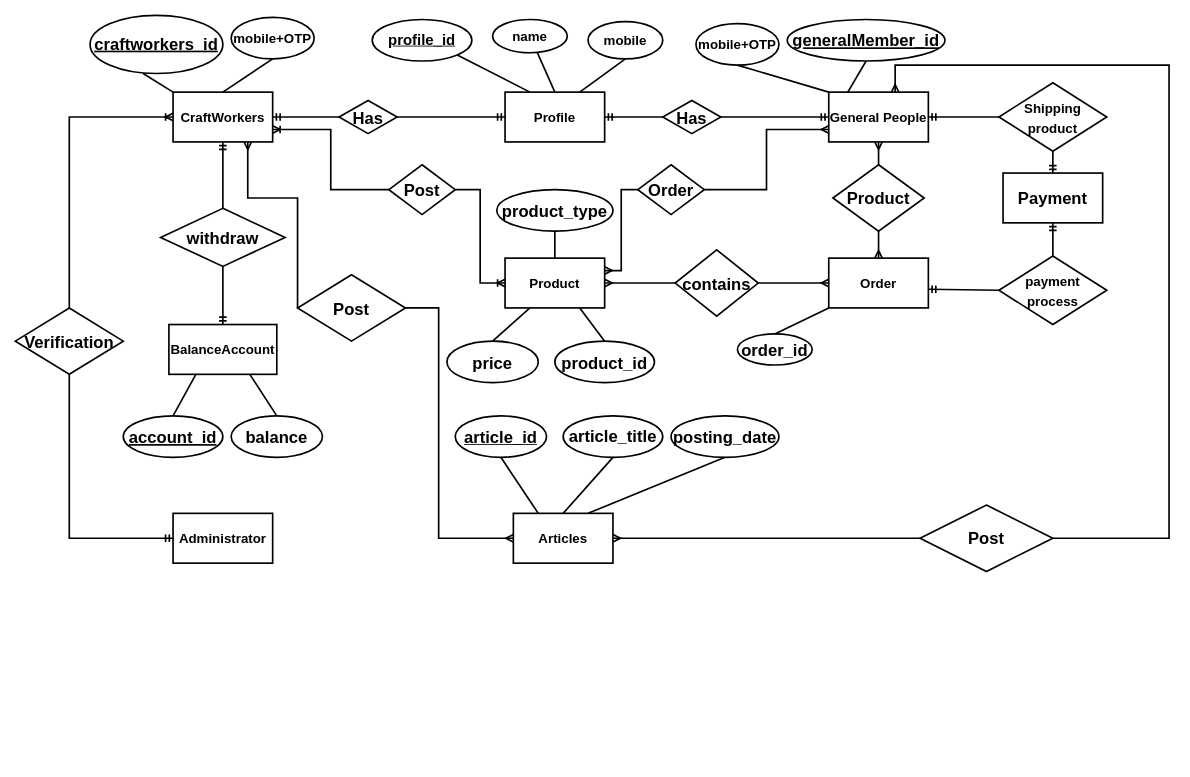
The draw.io diagram erd.drawio in Fatema-A-Ferdaus/se231, before the edit. Source tidied: cells renumbered, new cells numbered last; positions are measured from the earlier drawing's top-left corner, leaving out a move shared by most shapes. Both pictures are drawn from the tidied source at 83%, with x=0, y=0 at pixel (15, 15).
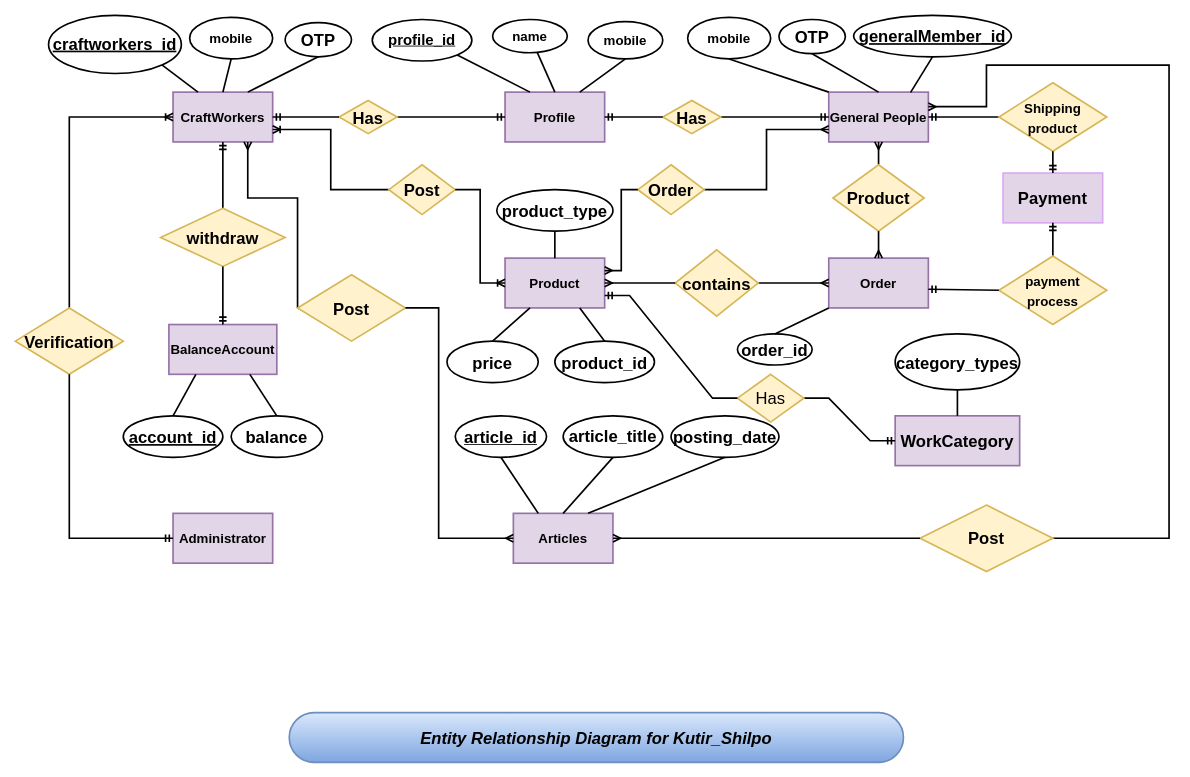
The same diagram, later.

What changed in the source:
```diff
@@
-    <mxCell id="2" value="&lt;b&gt;&lt;font style=&quot;font-size: 16px&quot;&gt;CraftWorkers&lt;/font&gt;&lt;/b&gt;" style="rounded=0;whiteSpace=wrap;html=1;strokeWidth=2;" parent="1" vertex="1">
+    <mxCell id="2" value="&lt;b&gt;&lt;font style=&quot;font-size: 16px&quot;&gt;CraftWorkers&lt;/font&gt;&lt;/b&gt;" style="rounded=0;whiteSpace=wrap;html=1;strokeWidth=2;fillColor=#e1d5e7;strokeColor=#9673a6;" parent="1" vertex="1">
       <mxGeometry x="190" y="92.5" width="120" height="60" as="geometry" />
     </mxCell>
-    <mxCell id="3" value="&lt;font style=&quot;font-size: 16px&quot;&gt;&lt;b&gt;&lt;font style=&quot;font-size: 16px&quot;&gt;Profile&lt;/font&gt;&lt;/b&gt;&lt;/font&gt;" style="rounded=0;whiteSpace=wrap;html=1;fontSize=16;strokeWidth=2;" parent="1" vertex="1">
+    <mxCell id="3" value="&lt;font style=&quot;font-size: 16px&quot;&gt;&lt;b&gt;&lt;font style=&quot;font-size: 16px&quot;&gt;Profile&lt;/font&gt;&lt;/b&gt;&lt;/font&gt;" style="rounded=0;whiteSpace=wrap;html=1;fontSize=16;strokeWidth=2;fillColor=#e1d5e7;strokeColor=#9673a6;" parent="1" vertex="1">
       <mxGeometry x="590" y="92.5" width="120" height="60" as="geometry" />
     </mxCell>
-    <mxCell id="4" value="&lt;b&gt;General People&lt;/b&gt;" style="rounded=0;whiteSpace=wrap;html=1;fontSize=16;strokeWidth=2;" parent="1" vertex="1">
+    <mxCell id="4" value="&lt;b&gt;General People&lt;/b&gt;" style="rounded=0;whiteSpace=wrap;html=1;fontSize=16;strokeWidth=2;fillColor=#e1d5e7;strokeColor=#9673a6;" parent="1" vertex="1">
       <mxGeometry x="980" y="92.5" width="120" height="60" as="geometry" />
     </mxCell>
-    <mxCell id="5" value="&lt;b&gt;Articles&lt;/b&gt;" style="rounded=0;whiteSpace=wrap;html=1;fontSize=16;strokeWidth=2;" parent="1" vertex="1">
+    <mxCell id="5" value="&lt;b&gt;Articles&lt;/b&gt;" style="rounded=0;whiteSpace=wrap;html=1;fontSize=16;strokeWidth=2;fillColor=#e1d5e7;strokeColor=#9673a6;" parent="1" vertex="1">
       <mxGeometry x="600" y="600" width="120" height="60" as="geometry" />
     </mxCell>
-    <mxCell id="6" value="&lt;b&gt;Product&lt;/b&gt;" style="rounded=0;whiteSpace=wrap;html=1;fontSize=16;strokeWidth=2;" parent="1" vertex="1">
+    <mxCell id="6" value="&lt;b&gt;Product&lt;/b&gt;" style="rounded=0;whiteSpace=wrap;html=1;fontSize=16;strokeWidth=2;fillColor=#e1d5e7;strokeColor=#9673a6;" parent="1" vertex="1">
       <mxGeometry x="590" y="292.5" width="120" height="60" as="geometry" />
     </mxCell>
-    <mxCell id="7" value="&lt;b&gt;BalanceAccount&lt;/b&gt;" style="rounded=0;whiteSpace=wrap;html=1;fontSize=16;strokeWidth=2;" parent="1" vertex="1">
+    <mxCell id="7" value="&lt;b&gt;BalanceAccount&lt;/b&gt;" style="rounded=0;whiteSpace=wrap;html=1;fontSize=16;strokeWidth=2;fillColor=#e1d5e7;strokeColor=#9673a6;" parent="1" vertex="1">
       <mxGeometry x="185" y="372.5" width="130" height="60" as="geometry" />
     </mxCell>
-    <mxCell id="8" value="&lt;b&gt;Order&lt;/b&gt;" style="rounded=0;whiteSpace=wrap;html=1;fontSize=16;strokeWidth=2;" parent="1" vertex="1">
+    <mxCell id="8" value="&lt;b&gt;Order&lt;/b&gt;" style="rounded=0;whiteSpace=wrap;html=1;fontSize=16;strokeWidth=2;fillColor=#e1d5e7;strokeColor=#9673a6;" parent="1" vertex="1">
       <mxGeometry x="980" y="292.5" width="120" height="60" as="geometry" />
     </mxCell>
-    <mxCell id="9" value="&lt;b&gt;Administrator&lt;/b&gt;" style="rounded=0;whiteSpace=wrap;html=1;fontSize=16;strokeWidth=2;" parent="1" vertex="1">
+    <mxCell id="9" value="&lt;b&gt;Administrator&lt;/b&gt;" style="rounded=0;whiteSpace=wrap;html=1;fontSize=16;strokeWidth=2;fillColor=#e1d5e7;strokeColor=#9673a6;" parent="1" vertex="1">
       <mxGeometry x="190" y="600" width="120" height="60" as="geometry" />
     </mxCell>
@@
     <mxCell id="16" value="&lt;font style=&quot;font-size: 20px&quot;&gt;&lt;u&gt;&lt;b&gt;craftworkers_id&lt;/b&gt;&lt;/u&gt;&lt;/font&gt;" style="ellipse;whiteSpace=wrap;html=1;fontSize=18;strokeWidth=2;" parent="1" vertex="1">
-      <mxGeometry x="90" width="160" height="70" as="geometry" />
+      <mxGeometry x="40" width="160" height="70" as="geometry" />
     </mxCell>
-    <mxCell id="17" value="&lt;b&gt;mobile+OTP&lt;/b&gt;" style="ellipse;whiteSpace=wrap;html=1;fontSize=16;strokeWidth=2;" parent="1" vertex="1">
-      <mxGeometry x="260" y="2.5" width="100" height="50" as="geometry" />
+    <mxCell id="17" value="&lt;b&gt;mobile&lt;/b&gt;" style="ellipse;whiteSpace=wrap;html=1;fontSize=16;strokeWidth=2;" parent="1" vertex="1">
+      <mxGeometry x="210" y="2.5" width="100" height="50" as="geometry" />
     </mxCell>
-    <mxCell id="18" style="endArrow=none;html=1;rounded=0;fontSize=19;exitX=0.4;exitY=1;exitDx=0;exitDy=0;exitPerimeter=0;entryX=0;entryY=0;entryDx=0;entryDy=0;strokeWidth=2;" parent="1" edge="1" source="16" target="2">
+    <mxCell id="18" style="endArrow=none;html=1;rounded=0;fontSize=19;exitX=1;exitY=1;exitDx=0;exitDy=0;entryX=0.25;entryY=0;entryDx=0;entryDy=0;strokeWidth=2;" parent="1" edge="1" source="16" target="2">
       <mxGeometry relative="1" as="geometry" />
     </mxCell>
@@
     <mxCell id="20" value="&lt;u&gt;&lt;b&gt;generalMember_id&lt;/b&gt;&lt;/u&gt;" style="ellipse;whiteSpace=wrap;html=1;fontSize=20;strokeWidth=2;" parent="1" vertex="1">
-      <mxGeometry x="930" y="5" width="190" height="50" as="geometry" />
+      <mxGeometry x="1010" width="190" height="50" as="geometry" />
     </mxCell>
-    <mxCell id="21" style="endArrow=none;html=1;rounded=0;fontSize=20;entryX=0.19;entryY=0.006;entryDx=0;entryDy=0;exitX=0.5;exitY=1;exitDx=0;exitDy=0;strokeWidth=2;entryPerimeter=0;" parent="1" edge="1" source="20" target="4">
+    <mxCell id="21" style="endArrow=none;html=1;rounded=0;fontSize=20;entryX=0.822;entryY=0.004;entryDx=0;entryDy=0;exitX=0.5;exitY=1;exitDx=0;exitDy=0;strokeWidth=2;entryPerimeter=0;" parent="1" edge="1" source="20" target="4">
       <mxGeometry relative="1" as="geometry" />
     </mxCell>
-    <mxCell id="22" value="&lt;b&gt;mobile+OTP&lt;/b&gt;" style="ellipse;whiteSpace=wrap;html=1;fontSize=16;strokeWidth=2;" parent="1" vertex="1">
-      <mxGeometry x="820" y="10" width="100" height="50" as="geometry" />
+    <mxCell id="22" value="&lt;b&gt;mobile&lt;/b&gt;" style="ellipse;whiteSpace=wrap;html=1;fontSize=16;strokeWidth=2;" parent="1" vertex="1">
+      <mxGeometry x="810" y="2.5" width="100" height="50" as="geometry" />
     </mxCell>
@@
-    <mxCell id="29" value="&lt;b&gt;Has&lt;/b&gt;" style="rhombus;whiteSpace=wrap;html=1;fontSize=20;strokeWidth=2;" parent="1" vertex="1">
+    <mxCell id="29" value="&lt;b&gt;Has&lt;/b&gt;" style="rhombus;whiteSpace=wrap;html=1;fontSize=20;strokeWidth=2;fillColor=#fff2cc;strokeColor=#d6b656;" parent="1" vertex="1">
       <mxGeometry x="390" y="102.5" width="70" height="40" as="geometry" />
     </mxCell>
@@
-    <mxCell id="32" value="&lt;b&gt;Has&lt;/b&gt;" style="rhombus;whiteSpace=wrap;html=1;fontSize=20;strokeWidth=2;" parent="1" vertex="1">
+    <mxCell id="32" value="&lt;b&gt;Has&lt;/b&gt;" style="rhombus;whiteSpace=wrap;html=1;fontSize=20;strokeWidth=2;fillColor=#fff2cc;strokeColor=#d6b656;" parent="1" vertex="1">
       <mxGeometry x="780" y="102.5" width="70" height="40" as="geometry" />
     </mxCell>
@@
-    <mxCell id="35" value="&lt;b&gt;withdraw&lt;/b&gt;" style="rhombus;whiteSpace=wrap;html=1;fontSize=20;strokeWidth=2;" parent="1" vertex="1">
+    <mxCell id="35" value="&lt;b&gt;withdraw&lt;/b&gt;" style="rhombus;whiteSpace=wrap;html=1;fontSize=20;strokeWidth=2;fillColor=#fff2cc;strokeColor=#d6b656;" parent="1" vertex="1">
       <mxGeometry x="175" y="232.5" width="150" height="70" as="geometry" />
     </mxCell>
@@
-    <mxCell id="42" value="&lt;b&gt;Post&lt;/b&gt;" style="rhombus;whiteSpace=wrap;html=1;fontSize=20;strokeWidth=2;" parent="1" vertex="1">
+    <mxCell id="42" value="&lt;b&gt;Post&lt;/b&gt;" style="rhombus;whiteSpace=wrap;html=1;fontSize=20;strokeWidth=2;fillColor=#fff2cc;strokeColor=#d6b656;" parent="1" vertex="1">
       <mxGeometry x="450" y="180" width="80" height="60" as="geometry" />
     </mxCell>
@@
-    <mxCell id="47" value="&lt;b&gt;Order&lt;/b&gt;" style="rhombus;whiteSpace=wrap;html=1;fontSize=20;strokeWidth=2;" parent="1" vertex="1">
+    <mxCell id="47" value="&lt;b&gt;Order&lt;/b&gt;" style="rhombus;whiteSpace=wrap;html=1;fontSize=20;strokeWidth=2;fillColor=#fff2cc;strokeColor=#d6b656;" parent="1" vertex="1">
       <mxGeometry x="750" y="180" width="80" height="60" as="geometry" />
     </mxCell>
@@
-    <mxCell id="50" value="&lt;b&gt;Verification&lt;/b&gt;" style="rhombus;whiteSpace=wrap;html=1;fontSize=20;strokeWidth=2;" parent="1" vertex="1">
+    <mxCell id="50" value="&lt;b&gt;Verification&lt;/b&gt;" style="rhombus;whiteSpace=wrap;html=1;fontSize=20;strokeWidth=2;fillColor=#fff2cc;strokeColor=#d6b656;" parent="1" vertex="1">
       <mxGeometry y="352.5" width="130" height="80" as="geometry" />
     </mxCell>
@@
-    <mxCell id="53" value="&lt;b&gt;Product&lt;/b&gt;" style="rhombus;whiteSpace=wrap;html=1;fontSize=20;strokeWidth=2;" parent="1" vertex="1">
+    <mxCell id="53" value="&lt;b&gt;Product&lt;/b&gt;" style="rhombus;whiteSpace=wrap;html=1;fontSize=20;strokeWidth=2;fillColor=#fff2cc;strokeColor=#d6b656;" parent="1" vertex="1">
       <mxGeometry x="985" y="180" width="110" height="80" as="geometry" />
     </mxCell>
@@
-    <mxCell id="58" value="&lt;b&gt;contains&lt;/b&gt;" style="rhombus;whiteSpace=wrap;html=1;fontSize=20;strokeWidth=2;" parent="1" vertex="1">
+    <mxCell id="58" value="&lt;b&gt;contains&lt;/b&gt;" style="rhombus;whiteSpace=wrap;html=1;fontSize=20;strokeWidth=2;fillColor=#fff2cc;strokeColor=#d6b656;" parent="1" vertex="1">
       <mxGeometry x="795" y="282.5" width="100" height="80" as="geometry" />
     </mxCell>
@@
-    <mxCell id="60" value="&lt;b&gt;Payment&lt;/b&gt;" style="rounded=0;whiteSpace=wrap;html=1;fontSize=20;strokeWidth=2;" parent="1" vertex="1">
+    <mxCell id="60" value="&lt;b&gt;Payment&lt;/b&gt;" style="rounded=0;whiteSpace=wrap;html=1;fontSize=20;strokeWidth=2;fillColor=#e1d5e7;strokeColor=#DBA8F2;" parent="1" vertex="1">
       <mxGeometry x="1190" y="190" width="120" height="60" as="geometry" />
     </mxCell>
@@
-    <mxCell id="62" value="&lt;font style=&quot;font-size: 16px&quot;&gt;&lt;b&gt;payment process&lt;/b&gt;&lt;/font&gt;" style="rhombus;whiteSpace=wrap;html=1;fontSize=20;strokeWidth=2;" parent="1" vertex="1">
+    <mxCell id="62" value="&lt;font style=&quot;font-size: 16px&quot;&gt;&lt;b&gt;payment process&lt;/b&gt;&lt;/font&gt;" style="rhombus;whiteSpace=wrap;html=1;fontSize=20;strokeWidth=2;fillColor=#fff2cc;strokeColor=#d6b656;" parent="1" vertex="1">
       <mxGeometry x="1185" y="290" width="130" height="82.5" as="geometry" />
     </mxCell>
@@
-    <mxCell id="65" value="&lt;font style=&quot;font-size: 16px&quot;&gt;&lt;b&gt;&lt;font style=&quot;font-size: 16px&quot;&gt;Shipping product&lt;/font&gt;&lt;/b&gt;&lt;/font&gt;" style="rhombus;whiteSpace=wrap;html=1;fontSize=20;strokeWidth=2;" parent="1" vertex="1">
+    <mxCell id="65" value="&lt;font style=&quot;font-size: 16px&quot;&gt;&lt;b&gt;&lt;font style=&quot;font-size: 16px&quot;&gt;Shipping product&lt;/font&gt;&lt;/b&gt;&lt;/font&gt;" style="rhombus;whiteSpace=wrap;html=1;fontSize=20;strokeWidth=2;fillColor=#fff2cc;strokeColor=#d6b656;" parent="1" vertex="1">
       <mxGeometry x="1185" y="81.2" width="130" height="82.5" as="geometry" />
     </mxCell>
@@
     <mxCell id="74" style="edgeStyle=orthogonalEdgeStyle;fontSize=12;html=1;endArrow=ERmany;startArrow=none;rounded=0;strokeWidth=2;elbow=vertical;exitX=1;exitY=0.5;exitDx=0;exitDy=0;" parent="1" edge="1" source="77" target="4">
       <mxGeometry relative="1" as="geometry">
         <Array as="points">
           <mxPoint x="1390" y="630" />
           <mxPoint x="1390" y="60" />
-          <mxPoint x="1060" y="60" />
+          <mxPoint x="1170" y="60" />
+          <mxPoint x="1170" y="110" />
         </Array>
       </mxGeometry>
     </mxCell>
-    <mxCell id="75" value="&lt;b&gt;Post&lt;/b&gt;" style="rhombus;whiteSpace=wrap;html=1;fontSize=20;strokeWidth=2;" parent="1" vertex="1">
+    <mxCell id="75" value="&lt;b&gt;Post&lt;/b&gt;" style="rhombus;whiteSpace=wrap;html=1;fontSize=20;strokeWidth=2;fillColor=#fff2cc;strokeColor=#d6b656;" parent="1" vertex="1">
       <mxGeometry x="340" y="312.5" width="130" height="80" as="geometry" />
     </mxCell>
@@
-    <mxCell id="77" value="&lt;b&gt;Post&lt;/b&gt;" style="rhombus;whiteSpace=wrap;html=1;fontSize=20;strokeWidth=2;" parent="1" vertex="1">
+    <mxCell id="77" value="&lt;b&gt;Post&lt;/b&gt;" style="rhombus;whiteSpace=wrap;html=1;fontSize=20;strokeWidth=2;fillColor=#fff2cc;strokeColor=#d6b656;" parent="1" vertex="1">
       <mxGeometry x="1090" y="590" width="160" height="80" as="geometry" />
     </mxCell>
@@
+    <mxCell id="79" value="&lt;b&gt;OTP&lt;/b&gt;" style="ellipse;whiteSpace=wrap;html=1;fontSize=20;strokeWidth=2;" parent="1" vertex="1">
+      <mxGeometry x="325" y="8.8" width="80" height="41.2" as="geometry" />
+    </mxCell>
+    <mxCell id="80" style="endArrow=none;html=1;rounded=0;fontSize=20;strokeWidth=2;elbow=vertical;entryX=0.5;entryY=1;entryDx=0;entryDy=0;exitX=0.75;exitY=0;exitDx=0;exitDy=0;" parent="1" edge="1" source="2" target="79">
+      <mxGeometry relative="1" as="geometry" />
+    </mxCell>
+    <mxCell id="81" value="&lt;b&gt;OTP&lt;/b&gt;" style="ellipse;whiteSpace=wrap;html=1;fontSize=20;strokeWidth=2;" parent="1" vertex="1">
+      <mxGeometry x="920" y="5" width="80" height="41.2" as="geometry" />
+    </mxCell>
+    <mxCell id="82" style="endArrow=none;html=1;rounded=0;fontSize=20;strokeWidth=2;elbow=vertical;entryX=0.5;entryY=1;entryDx=0;entryDy=0;exitX=0.5;exitY=0;exitDx=0;exitDy=0;" parent="1" edge="1" source="4" target="81">
+      <mxGeometry relative="1" as="geometry" />
+    </mxCell>
+    <mxCell id="83" value="&lt;i&gt;&lt;b&gt;Entity Relationship Diagram for Kutir_Shilpo&lt;/b&gt;&lt;/i&gt;" style="rounded=1;whiteSpace=wrap;html=1;fontSize=20;strokeWidth=2;arcSize=50;fillColor=#dae8fc;strokeColor=#6c8ebf;gradientColor=#7ea6e0;glass=0;shadow=0;sketch=0;" parent="1" vertex="1">
+      <mxGeometry x="330" y="840" width="740" height="60" as="geometry" />
+    </mxCell>
+    <mxCell id="84" value="&lt;b&gt;WorkCategory&lt;/b&gt;" style="rounded=0;whiteSpace=wrap;html=1;shadow=0;glass=0;sketch=0;fontSize=20;strokeWidth=2;fillColor=#e1d5e7;strokeColor=#9673a6;" parent="1" vertex="1">
+      <mxGeometry x="1060" y="482.5" width="150" height="60" as="geometry" />
+    </mxCell>
+    <mxCell id="85" value="&lt;b&gt;category_types&lt;/b&gt;" style="ellipse;whiteSpace=wrap;html=1;rounded=1;shadow=0;glass=0;sketch=0;fontSize=20;strokeWidth=2;" parent="1" vertex="1">
+      <mxGeometry x="1060" y="383.8" width="150" height="67.5" as="geometry" />
+    </mxCell>
+    <mxCell id="86" style="endArrow=none;html=1;rounded=0;fontSize=20;strokeWidth=2;elbow=vertical;entryX=0.5;entryY=1;entryDx=0;entryDy=0;exitX=0.5;exitY=0;exitDx=0;exitDy=0;" parent="1" edge="1" source="84" target="85">
+      <mxGeometry relative="1" as="geometry" />
+    </mxCell>
+    <mxCell id="87" style="edgeStyle=entityRelationEdgeStyle;fontSize=12;html=1;endArrow=ERmandOne;startArrow=none;rounded=0;strokeWidth=2;elbow=vertical;entryX=0;entryY=0.5;entryDx=0;entryDy=0;exitX=1;exitY=0.5;exitDx=0;exitDy=0;" parent="1" edge="1" source="88" target="84">
+      <mxGeometry relative="1" as="geometry" />
+    </mxCell>
+    <mxCell id="88" value="Has" style="rhombus;whiteSpace=wrap;html=1;rounded=0;shadow=0;glass=0;sketch=0;fontSize=20;strokeWidth=2;fillColor=#fff2cc;strokeColor=#d6b656;" parent="1" vertex="1">
+      <mxGeometry x="870" y="432.5" width="80" height="57.5" as="geometry" />
+    </mxCell>
+    <mxCell id="89" style="edgeStyle=entityRelationEdgeStyle;fontSize=12;html=1;endArrow=none;startArrow=ERmandOne;rounded=0;strokeWidth=2;elbow=vertical;entryX=0;entryY=0.5;entryDx=0;entryDy=0;exitX=1;exitY=0.75;exitDx=0;exitDy=0;" parent="1" edge="1" source="6" target="88">
+      <mxGeometry relative="1" as="geometry" />
+    </mxCell>
```
